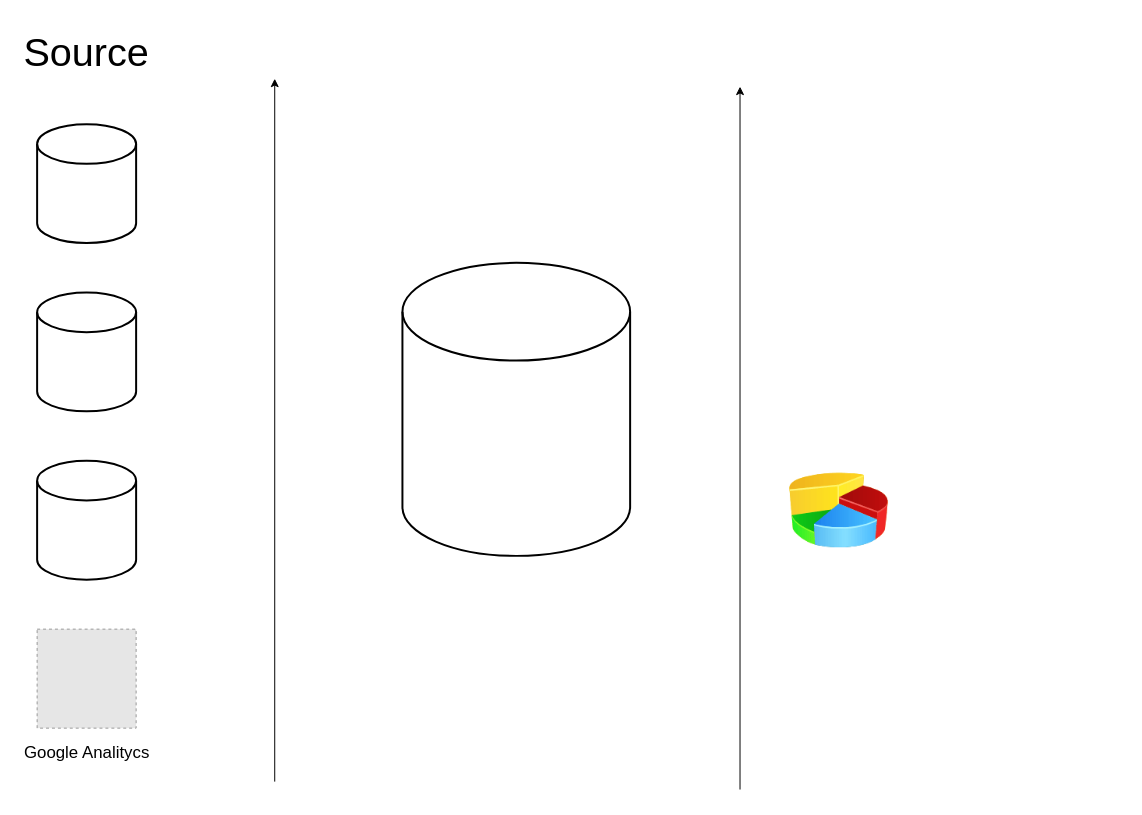
The draw.io diagram DE-101 Modules/Module01/Архитектура аналитического решения.drawio in stoyannidis/data-engineering, before the edit. Source tidied: cells renumbered, new cells numbered last; positions are measured from the earlier drawing's top-left corner, leaving out a move shared by most shapes. Both pictures are drawn from the tidied source at 99%, with x=0, y=0 at pixel (17, 17). Pictures stored in the file or linked from it are replaced by grey dashed boxes.
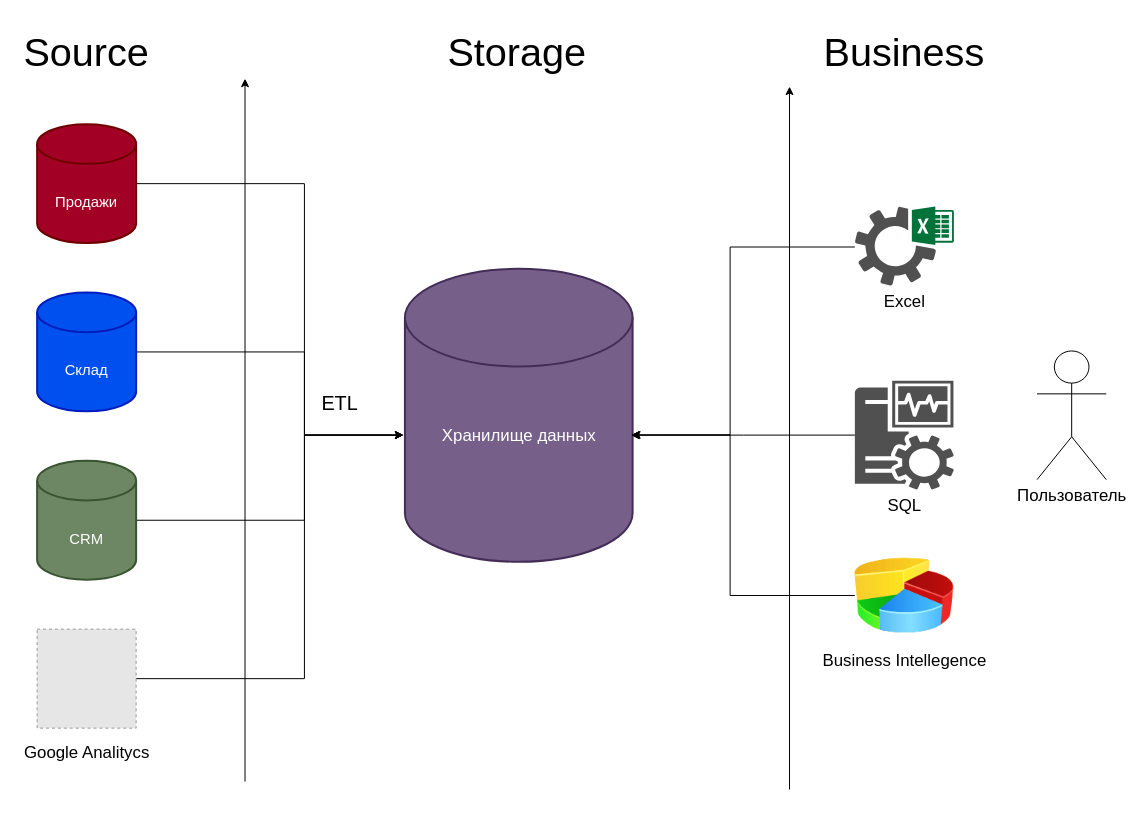
The same page after the edit.

The change refers to these unchanged cells:
```xml
<mxCell id="8" value="Google Analitycs" style="fillColor=#E6E6E6;strokeColor=#999999;dashed=1;html=1;verticalAlign=top;verticalLabelPosition=bottom;labelBackgroundColor=#ffffff;fontSize=17;spacingTop=9;" parent="1" vertex="1">
  <mxGeometry x="20" y="618" width="100" height="100" as="geometry" />
</mxCell>
```

The edit, as a diff of the source:
```diff
@@
+    <mxCell id="11" style="edgeStyle=orthogonalEdgeStyle;rounded=0;jettySize=auto;html=1;" parent="1" edge="1" source="2">
+      <mxGeometry relative="1" as="geometry">
+        <mxPoint x="390" y="422" as="targetPoint" />
+        <Array as="points">
+          <mxPoint x="290" y="168" />
+          <mxPoint x="290" y="422" />
+        </Array>
+      </mxGeometry>
+    </mxCell>
-    <mxCell id="2" style="strokeWidth=2;html=1;shape=mxgraph.flowchart.database;whiteSpace=wrap;" parent="1" vertex="1">
+    <mxCell id="2" value="&lt;br style=&quot;font-size: 15px;&quot;&gt;&lt;br style=&quot;font-size: 15px;&quot;&gt;Продажи" style="strokeWidth=2;html=1;shape=mxgraph.flowchart.database;whiteSpace=wrap;fillColor=#a20025;fontColor=#ffffff;strokeColor=#6F0000;fontSize=15;" parent="1" vertex="1">
       <mxGeometry x="20" y="108" width="100" height="120" as="geometry" />
     </mxCell>
-    <mxCell id="3" style="image;html=1;image=img/lib/clip_art/finance/Pie_Chart_128x128.png;" parent="1" vertex="1">
-      <mxGeometry x="780" y="448" width="100" height="100" as="geometry" />
+    <mxCell id="3" value="Business Intellegence" style="image;html=1;image=img/lib/clip_art/finance/Pie_Chart_128x128.png;fontSize=17;" parent="1" vertex="1">
+      <mxGeometry x="846" y="534" width="100" height="100" as="geometry" />
     </mxCell>
@@
+    <mxCell id="12" style="edgeStyle=orthogonalEdgeStyle;rounded=0;jettySize=auto;html=1;" parent="1" edge="1" source="5">
+      <mxGeometry relative="1" as="geometry">
+        <mxPoint x="390" y="422" as="targetPoint" />
+        <Array as="points">
+          <mxPoint x="290" y="338" />
+          <mxPoint x="290" y="422" />
+        </Array>
+      </mxGeometry>
+    </mxCell>
-    <mxCell id="5" style="strokeWidth=2;html=1;shape=mxgraph.flowchart.database;whiteSpace=wrap;" parent="1" vertex="1">
+    <mxCell id="5" value="&lt;br style=&quot;font-size: 15px;&quot;&gt;&lt;br style=&quot;font-size: 15px;&quot;&gt;Склад" style="strokeWidth=2;html=1;shape=mxgraph.flowchart.database;whiteSpace=wrap;fillColor=#0050ef;fontColor=#ffffff;strokeColor=#001DBC;fontSize=15;" parent="1" vertex="1">
       <mxGeometry x="20" y="278" width="100" height="120" as="geometry" />
     </mxCell>
+    <mxCell id="13" style="edgeStyle=orthogonalEdgeStyle;rounded=0;jettySize=auto;html=1;" parent="1" edge="1" source="6">
+      <mxGeometry relative="1" as="geometry">
+        <mxPoint x="390" y="422" as="targetPoint" />
+        <Array as="points">
+          <mxPoint x="290" y="508" />
+          <mxPoint x="290" y="422" />
+        </Array>
+      </mxGeometry>
+    </mxCell>
-    <mxCell id="6" style="strokeWidth=2;html=1;shape=mxgraph.flowchart.database;whiteSpace=wrap;" parent="1" vertex="1">
+    <mxCell id="6" value="&lt;br style=&quot;font-size: 15px;&quot;&gt;&lt;br style=&quot;font-size: 15px;&quot;&gt;CRM" style="strokeWidth=2;html=1;shape=mxgraph.flowchart.database;whiteSpace=wrap;fillColor=#6d8764;fontColor=#ffffff;strokeColor=#3A5431;fontSize=15;" parent="1" vertex="1">
       <mxGeometry x="20" y="448" width="100" height="120" as="geometry" />
     </mxCell>
-    <mxCell id="7" style="edgeStyle=none;orthogonalLoop=1;jettySize=auto;html=1;rounded=0;" parent="1" edge="1">
+    <mxCell id="7" style="edgeStyle=none;orthogonalLoop=1;jettySize=auto;html=1;rounded=0;strokeColor=default;" parent="1" edge="1">
       <mxGeometry relative="1" as="geometry">
-        <mxPoint x="260" y="772" as="sourcePoint" />
-        <mxPoint x="260" y="62" as="targetPoint" />
+        <mxPoint x="230" y="772" as="sourcePoint" />
+        <mxPoint x="230" y="62" as="targetPoint" />
       </mxGeometry>
     </mxCell>
+    <mxCell id="14" style="edgeStyle=orthogonalEdgeStyle;rounded=0;jettySize=auto;html=1;" parent="1" edge="1" source="8">
+      <mxGeometry relative="1" as="geometry">
+        <mxPoint x="390" y="422" as="targetPoint" />
+        <Array as="points">
+          <mxPoint x="290" y="668" />
+          <mxPoint x="290" y="422" />
+        </Array>
+      </mxGeometry>
+    </mxCell>
@@
-    <mxCell id="9" style="strokeWidth=2;html=1;shape=mxgraph.flowchart.database;whiteSpace=wrap;" parent="1" vertex="1">
-      <mxGeometry x="389" y="248" width="230" height="296" as="geometry" />
+    <mxCell id="9" value="&lt;br style=&quot;font-size: 17px;&quot;&gt;&lt;br style=&quot;font-size: 17px;&quot;&gt;Хранилище данных" style="strokeWidth=2;html=1;shape=mxgraph.flowchart.database;whiteSpace=wrap;fontSize=17;fillColor=#76608a;fontColor=#ffffff;strokeColor=#432D57;" parent="1" vertex="1">
+      <mxGeometry x="391.5" y="254" width="230" height="296" as="geometry" />
     </mxCell>
     <mxCell id="10" style="edgeStyle=none;orthogonalLoop=1;jettySize=auto;html=1;rounded=0;" parent="1" edge="1">
       <mxGeometry relative="1" as="geometry">
-        <mxPoint x="730" y="780" as="sourcePoint" />
-        <mxPoint x="730" y="70" as="targetPoint" />
+        <mxPoint x="780" y="780" as="sourcePoint" />
+        <mxPoint x="780" y="70" as="targetPoint" />
       </mxGeometry>
     </mxCell>
+    <mxCell id="15" value="Storage" style="text;strokeColor=none;align=center;fillColor=none;html=1;verticalAlign=middle;whiteSpace=wrap;rounded=0;fontSize=40;" parent="1" vertex="1">
+      <mxGeometry x="434.5" width="140" height="70" as="geometry" />
+    </mxCell>
+    <mxCell id="16" value="Business" style="text;strokeColor=none;align=center;fillColor=none;html=1;verticalAlign=middle;whiteSpace=wrap;rounded=0;fontSize=40;" parent="1" vertex="1">
+      <mxGeometry x="826" width="140" height="70" as="geometry" />
+    </mxCell>
+    <mxCell id="17" value="ETL" style="text;strokeColor=none;align=center;fillColor=none;html=1;verticalAlign=middle;whiteSpace=wrap;rounded=0;fontSize=20;" parent="1" vertex="1">
+      <mxGeometry x="296" y="369" width="60" height="40" as="geometry" />
+    </mxCell>
+    <mxCell id="18" value="Excel" style="sketch=0;shadow=0;dashed=0;html=1;strokeColor=none;fillColor=#505050;labelPosition=center;verticalLabelPosition=bottom;verticalAlign=top;outlineConnect=0;align=center;shape=mxgraph.office.services.excel_services;fontSize=17;" parent="1" vertex="1">
+      <mxGeometry x="846" y="191" width="100" height="80" as="geometry" />
+    </mxCell>
+    <mxCell id="19" style="edgeStyle=orthogonalEdgeStyle;rounded=0;jettySize=auto;html=1;" parent="1" edge="1" source="20">
+      <mxGeometry relative="1" as="geometry">
+        <mxPoint x="620" y="422" as="targetPoint" />
+      </mxGeometry>
+    </mxCell>
+    <mxCell id="20" value="SQL" style="sketch=0;shadow=0;dashed=0;html=1;strokeColor=none;fillColor=#505050;labelPosition=center;verticalLabelPosition=bottom;verticalAlign=top;outlineConnect=0;align=center;shape=mxgraph.office.servers.monitoring_sql_reporting_services;fontSize=17;" parent="1" vertex="1">
+      <mxGeometry x="846" y="367" width="100" height="110" as="geometry" />
+    </mxCell>
+    <mxCell id="21" style="edgeStyle=orthogonalEdgeStyle;rounded=0;jettySize=auto;html=1;" parent="1" edge="1" source="3">
+      <mxGeometry relative="1" as="geometry">
+        <mxPoint x="620" y="422" as="targetPoint" />
+        <Array as="points">
+          <mxPoint x="720" y="584" />
+          <mxPoint x="720" y="422" />
+        </Array>
+      </mxGeometry>
+    </mxCell>
+    <mxCell id="22" style="edgeStyle=orthogonalEdgeStyle;rounded=0;jettySize=auto;html=1;entryX=0.998;entryY=0.567;entryDx=0;entryDy=0;entryPerimeter=0;" parent="1" edge="1" source="18" target="9">
+      <mxGeometry relative="1" as="geometry">
+        <Array as="points">
+          <mxPoint x="720" y="232" />
+          <mxPoint x="720" y="422" />
+        </Array>
+      </mxGeometry>
+    </mxCell>
+    <mxCell id="23" value="Пользователь" style="shape=umlActor;verticalLabelPosition=bottom;verticalAlign=top;html=1;fontSize=17;" parent="1" vertex="1">
+      <mxGeometry x="1030" y="337" width="70" height="130" as="geometry" />
+    </mxCell>
```
